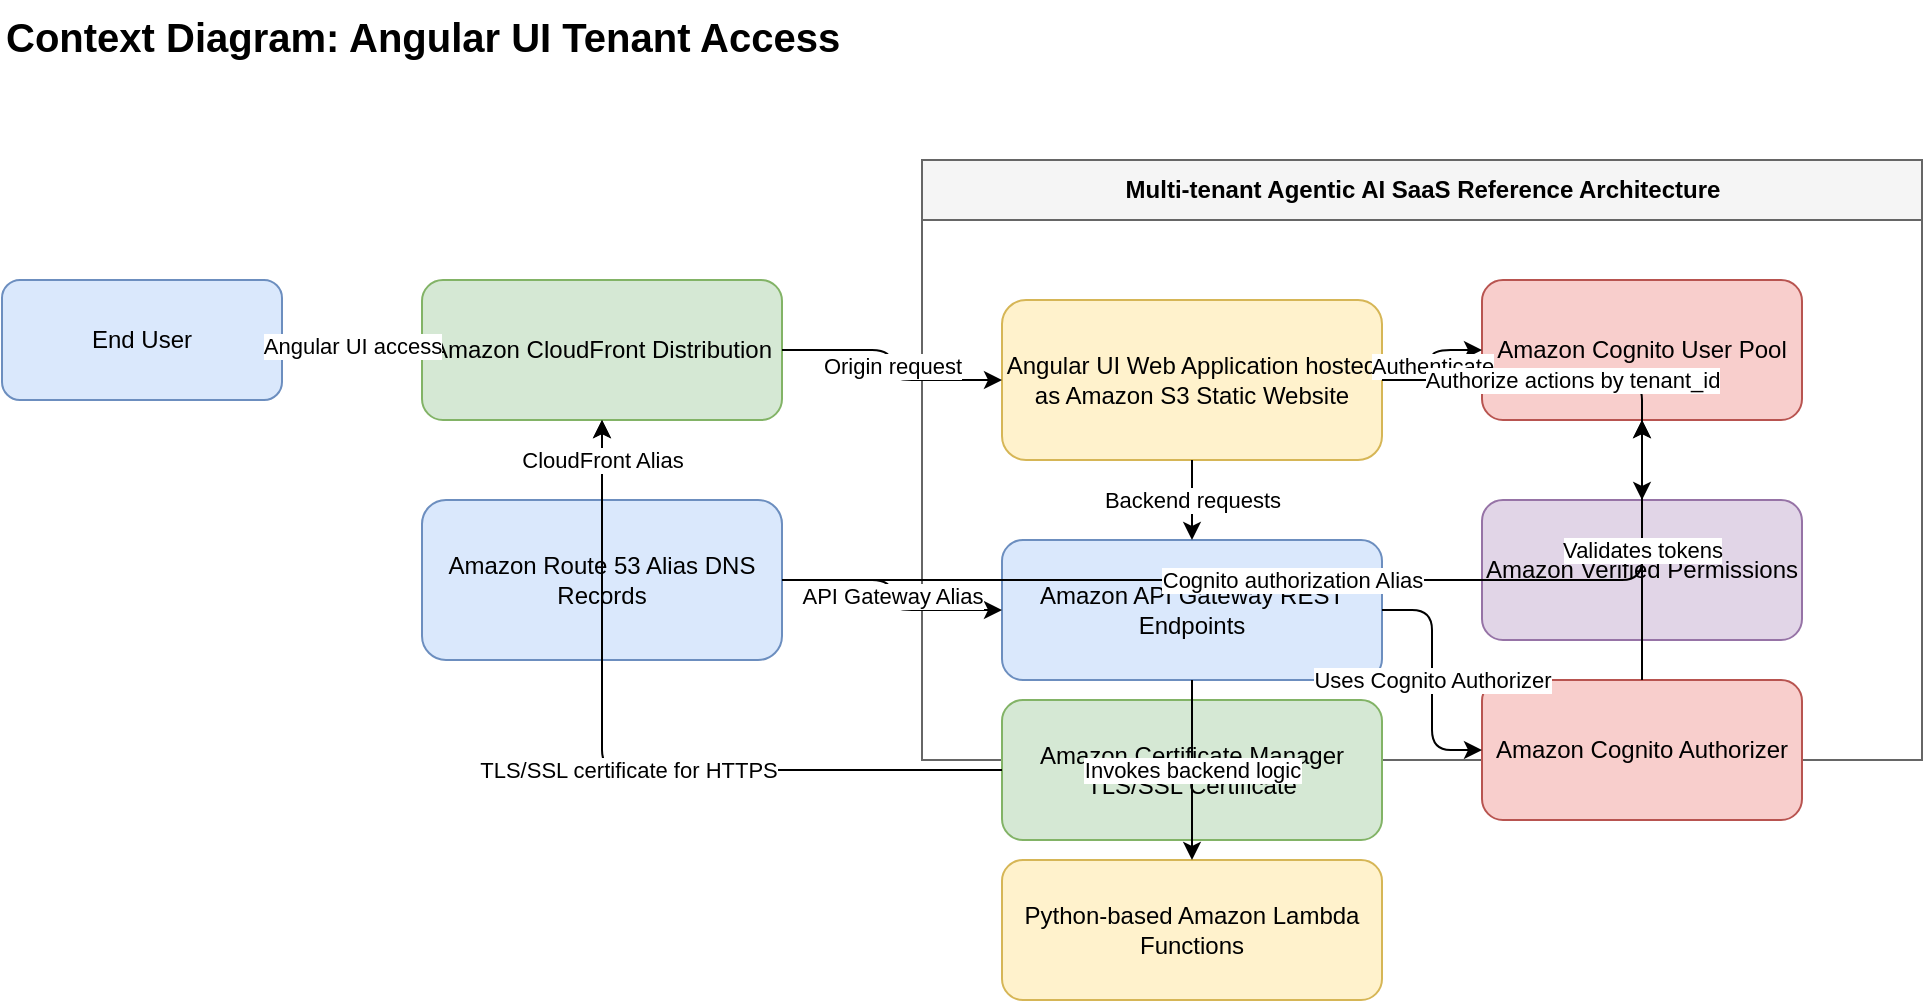
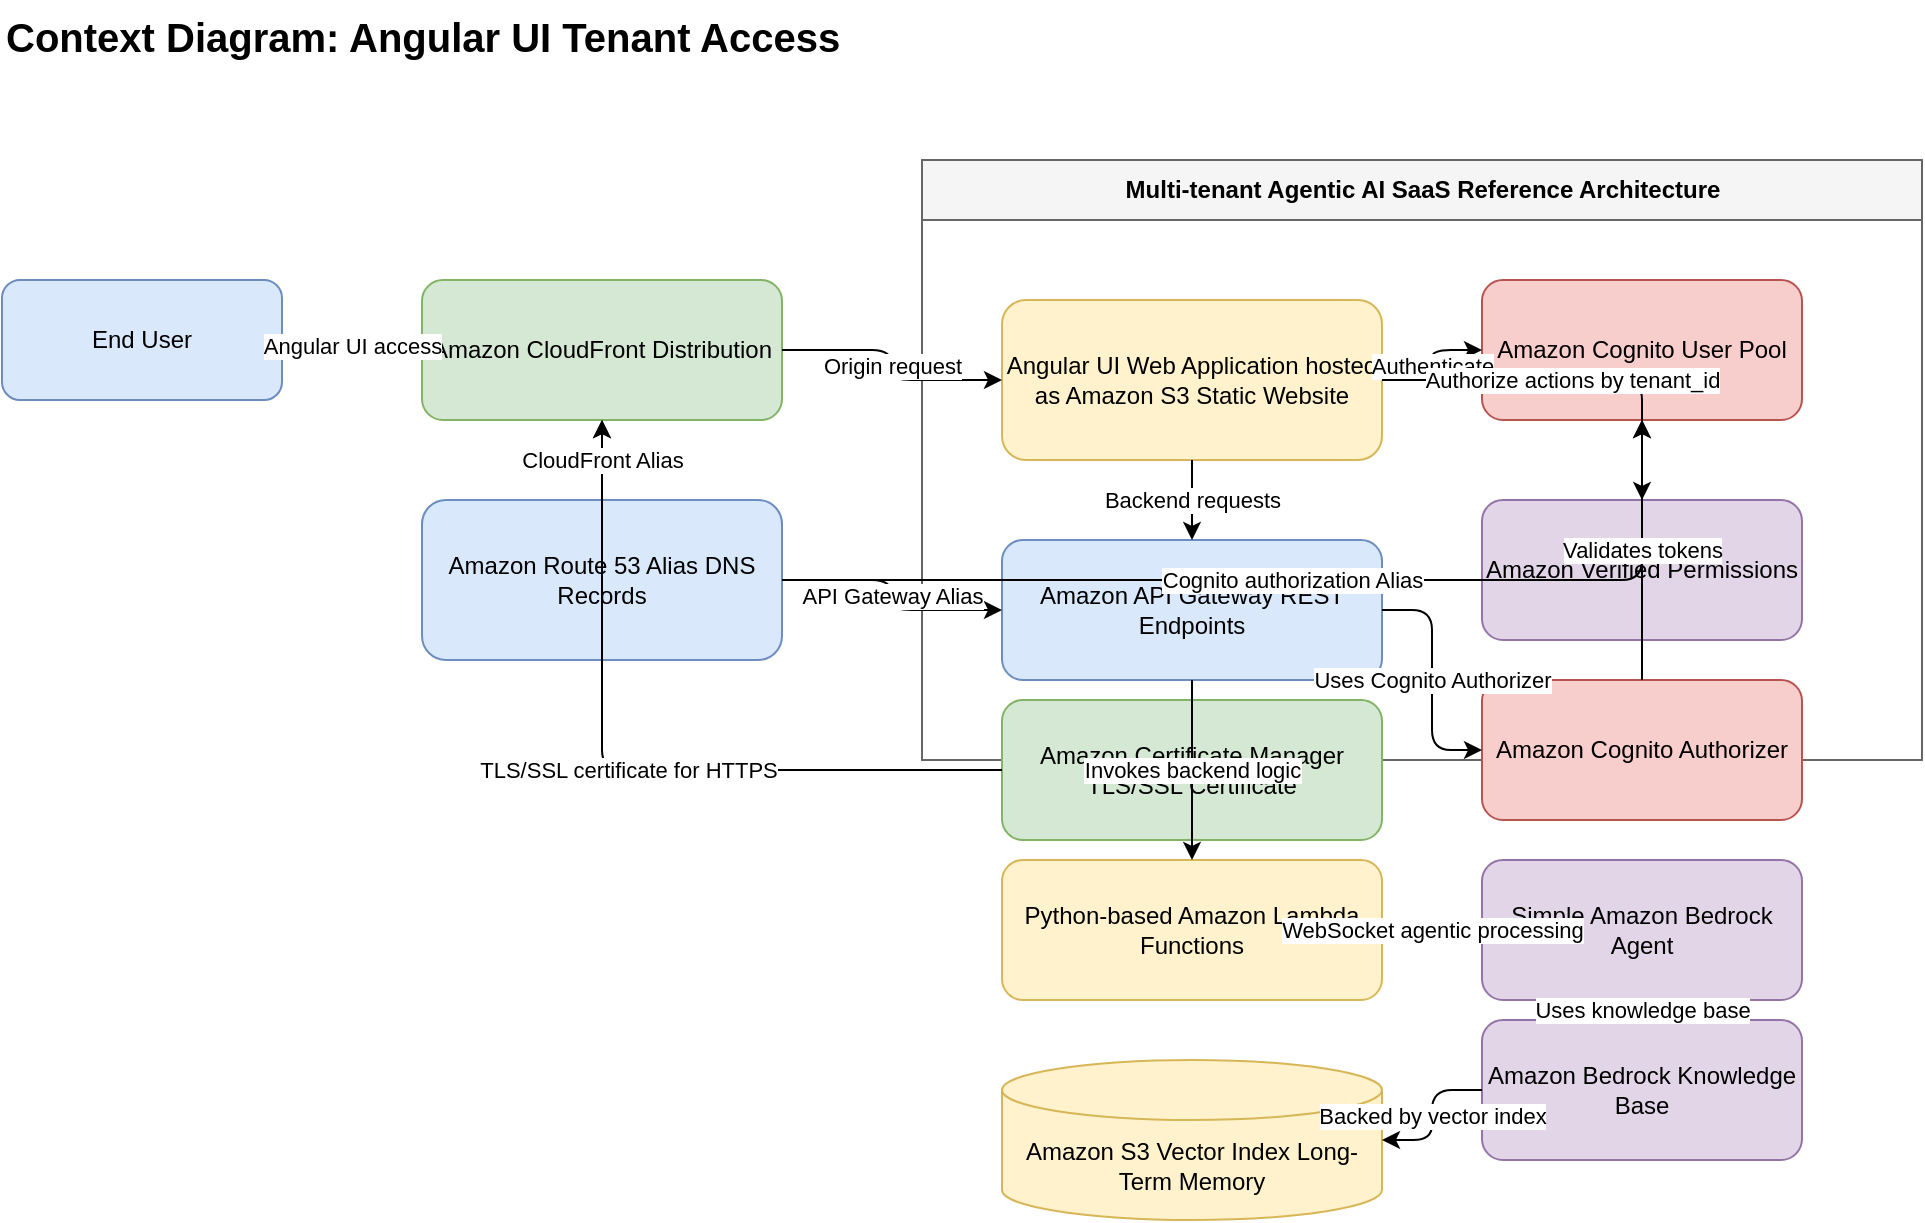
<mxGraphModel dx="1200" dy="800" grid="1" gridSize="10" guides="1" tooltips="1" connect="1" arrows="1" fold="1" page="1" pageScale="1" pageWidth="1100" pageHeight="850" math="0" shadow="0" adaptiveColors="auto">
  <root>
    <mxCell id="0"/>
    <mxCell id="1" parent="0"/>
    <mxCell id="title" value="Context Diagram: Angular UI Tenant Access" style="text;html=1;fontSize=20;fontStyle=1;strokeColor=none;fillColor=none;" vertex="1" parent="1">
      <mxGeometry x="40" y="20" width="500" height="40" as="geometry"/>
    </mxCell>
    <mxCell id="user" value="End User" style="rounded=1;whiteSpace=wrap;html=1;fillColor=#dae8fc;strokeColor=#6c8ebf;" vertex="1" parent="1">
      <mxGeometry x="40" y="160" width="140" height="60" as="geometry"/>
    </mxCell>
    <mxCell id="cloudfront" value="Amazon CloudFront Distribution" style="rounded=1;whiteSpace=wrap;html=1;fillColor=#d5e8d4;strokeColor=#82b366;" vertex="1" parent="1">
      <mxGeometry x="250" y="160" width="180" height="70" as="geometry"/>
    </mxCell>
    <mxCell id="route53" value="Amazon Route 53 Alias DNS Records" style="rounded=1;whiteSpace=wrap;html=1;fillColor=#dae8fc;strokeColor=#6c8ebf;" vertex="1" parent="1">
      <mxGeometry x="250" y="270" width="180" height="80" as="geometry"/>
    </mxCell>
    <mxCell id="system" value="Multi-tenant Agentic AI SaaS Reference Architecture" style="swimlane;startSize=30;fillColor=#f5f5f5;strokeColor=#666666;html=1;" vertex="1" parent="1">
      <mxGeometry x="500" y="100" width="500" height="300" as="geometry"/>
    </mxCell>
    <mxCell id="ui" value="Angular UI Web Application hosted as Amazon S3 Static Website" style="rounded=1;whiteSpace=wrap;html=1;fillColor=#fff2cc;strokeColor=#d6b656;" vertex="1" parent="system">
      <mxGeometry x="40" y="70" width="190" height="80" as="geometry"/>
    </mxCell>
    <mxCell id="cognito" value="Amazon Cognito User Pool" style="rounded=1;whiteSpace=wrap;html=1;fillColor=#f8cecc;strokeColor=#b85450;" vertex="1" parent="system">
      <mxGeometry x="280" y="60" width="160" height="70" as="geometry"/>
    </mxCell>
    <mxCell id="avp" value="Amazon Verified Permissions" style="rounded=1;whiteSpace=wrap;html=1;fillColor=#e1d5e7;strokeColor=#9673a6;" vertex="1" parent="system">
      <mxGeometry x="280" y="170" width="160" height="70" as="geometry"/>
    </mxCell>
    <mxCell id="apigw" value="Amazon API Gateway REST Endpoints" style="rounded=1;whiteSpace=wrap;html=1;fillColor=#dae8fc;strokeColor=#6c8ebf;" vertex="1" parent="system">
      <mxGeometry x="40" y="190" width="190" height="70" as="geometry"/>
    </mxCell>
    <mxCell id="lambda" value="Python-based Amazon Lambda Functions" style="rounded=1;whiteSpace=wrap;html=1;fillColor=#fff2cc;strokeColor=#d6b656;" vertex="1" parent="system">
      <mxGeometry x="40" y="350" width="190" height="70" as="geometry"/>
+     </mxCell>
+     <mxCell id="bedrock_agent" value="Simple Amazon Bedrock Agent" style="rounded=1;whiteSpace=wrap;html=1;fillColor=#e1d5e7;strokeColor=#9673a6;" vertex="1" parent="system">
+       <mxGeometry x="280" y="350" width="160" height="70" as="geometry"/>
+     </mxCell>
+     <mxCell id="bedrock_kb" value="Amazon Bedrock Knowledge Base" style="rounded=1;whiteSpace=wrap;html=1;fillColor=#e1d5e7;strokeColor=#9673a6;" vertex="1" parent="system">
+       <mxGeometry x="280" y="430" width="160" height="70" as="geometry"/>
+     </mxCell>
+     <mxCell id="s3_vector" value="Amazon S3 Vector Index Long-Term Memory" style="shape=cylinder3;whiteSpace=wrap;html=1;boundedLbl=1;backgroundOutline=1;size=15;fillColor=#fff2cc;strokeColor=#d6b656;" vertex="1" parent="system">
+       <mxGeometry x="40" y="450" width="190" height="80" as="geometry"/>
    </mxCell>
    <mxCell id="cognito_authorizer" value="Amazon Cognito Authorizer" style="rounded=1;whiteSpace=wrap;html=1;fillColor=#f8cecc;strokeColor=#b85450;" vertex="1" parent="system">
      <mxGeometry x="280" y="260" width="160" height="70" as="geometry"/>
    </mxCell>
    <mxCell id="acm" value="Amazon Certificate Manager TLS/SSL Certificate" style="rounded=1;whiteSpace=wrap;html=1;fillColor=#d5e8d4;strokeColor=#82b366;" vertex="1" parent="system">
      <mxGeometry x="40" y="270" width="190" height="70" as="geometry"/>
    </mxCell>
    <mxCell id="e1" value="Angular UI access" style="edgeStyle=orthogonalEdgeStyle;rounded=1;html=1;endArrow=classic;" edge="1" parent="1" source="user" target="cloudfront">
      <mxGeometry relative="1" as="geometry"/>
    </mxCell>
    <mxCell id="e2" value="Origin request" style="edgeStyle=orthogonalEdgeStyle;rounded=1;html=1;endArrow=classic;" edge="1" parent="1" source="cloudfront" target="ui">
      <mxGeometry relative="1" as="geometry"/>
    </mxCell>
    <mxCell id="e3" value="Authenticate" style="edgeStyle=orthogonalEdgeStyle;rounded=1;html=1;endArrow=classic;" edge="1" parent="1" source="ui" target="cognito">
      <mxGeometry relative="1" as="geometry"/>
    </mxCell>
    <mxCell id="e4" value="Authorize actions by tenant_id" style="edgeStyle=orthogonalEdgeStyle;rounded=1;html=1;endArrow=classic;" edge="1" parent="1" source="ui" target="avp">
      <mxGeometry relative="1" as="geometry"/>
    </mxCell>
    <mxCell id="e5" value="Backend requests" style="edgeStyle=orthogonalEdgeStyle;rounded=1;html=1;endArrow=classic;" edge="1" parent="1" source="ui" target="apigw">
      <mxGeometry relative="1" as="geometry"/>
    </mxCell>
    <mxCell id="e6" value="TLS/SSL certificate for HTTPS" style="edgeStyle=orthogonalEdgeStyle;rounded=1;html=1;endArrow=classic;" edge="1" parent="1" source="acm" target="cloudfront">
      <mxGeometry relative="1" as="geometry"/>
    </mxCell>
    <mxCell id="e7" value="CloudFront Alias" style="edgeStyle=orthogonalEdgeStyle;rounded=1;html=1;endArrow=classic;" edge="1" parent="1" source="route53" target="cloudfront">
      <mxGeometry relative="1" as="geometry"/>
    </mxCell>
    <mxCell id="e8" value="Cognito authorization Alias" style="edgeStyle=orthogonalEdgeStyle;rounded=1;html=1;endArrow=classic;" edge="1" parent="1" source="route53" target="cognito">
      <mxGeometry relative="1" as="geometry"/>
    </mxCell>
    <mxCell id="e9" value="API Gateway Alias" style="edgeStyle=orthogonalEdgeStyle;rounded=1;html=1;endArrow=classic;" edge="1" parent="1" source="route53" target="apigw">
      <mxGeometry relative="1" as="geometry"/>
    </mxCell>
    <mxCell id="e10" value="Uses Cognito Authorizer" style="edgeStyle=orthogonalEdgeStyle;rounded=1;html=1;endArrow=classic;" edge="1" parent="1" source="apigw" target="cognito_authorizer">
      <mxGeometry relative="1" as="geometry"/>
    </mxCell>
    <mxCell id="e11" value="Validates tokens" style="edgeStyle=orthogonalEdgeStyle;rounded=1;html=1;endArrow=classic;" edge="1" parent="1" source="cognito_authorizer" target="cognito">
      <mxGeometry relative="1" as="geometry"/>
    </mxCell>
    <mxCell id="e12" value="Invokes backend logic" style="edgeStyle=orthogonalEdgeStyle;rounded=1;html=1;endArrow=classic;" edge="1" parent="1" source="apigw" target="lambda">
      <mxGeometry relative="1" as="geometry"/>
    </mxCell>
+     <mxCell id="e13" value="WebSocket agentic processing" style="edgeStyle=orthogonalEdgeStyle;rounded=1;html=1;endArrow=classic;" edge="1" parent="1" source="lambda" target="bedrock_agent">
+       <mxGeometry relative="1" as="geometry"/>
+     </mxCell>
+     <mxCell id="e14" value="Uses knowledge base" style="edgeStyle=orthogonalEdgeStyle;rounded=1;html=1;endArrow=classic;" edge="1" parent="1" source="bedrock_agent" target="bedrock_kb">
+       <mxGeometry relative="1" as="geometry"/>
+     </mxCell>
+     <mxCell id="e15" value="Backed by vector index" style="edgeStyle=orthogonalEdgeStyle;rounded=1;html=1;endArrow=classic;" edge="1" parent="1" source="bedrock_kb" target="s3_vector">
+       <mxGeometry relative="1" as="geometry"/>
+     </mxCell>
  </root>
</mxGraphModel>
